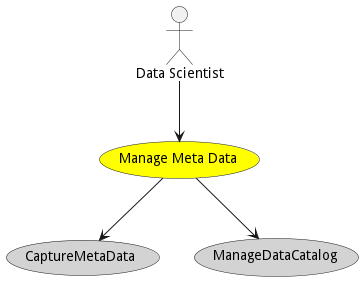
The PlantUML diagram docs/edgemere/diml/ddf/usecases/managemetadata/Activities.png in madajaju/edgemere, before a commit.
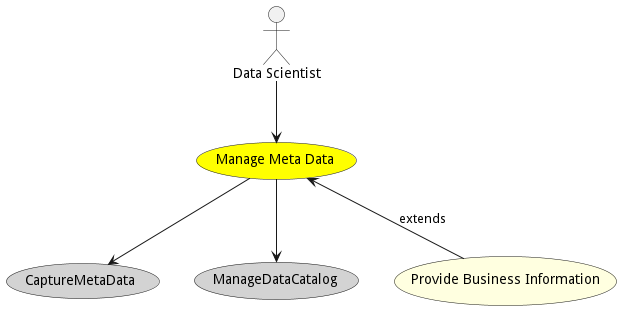
After the commit.

What changed in the source:
```diff
@@ -19,6 +19,10 @@
 
 
 
+usecase "Provide Business Information" as ProvideBusinessInformation #lightyellow
+
+ManageMetaData <-- ProvideBusinessInformation : extends
+
 
 
 
```
